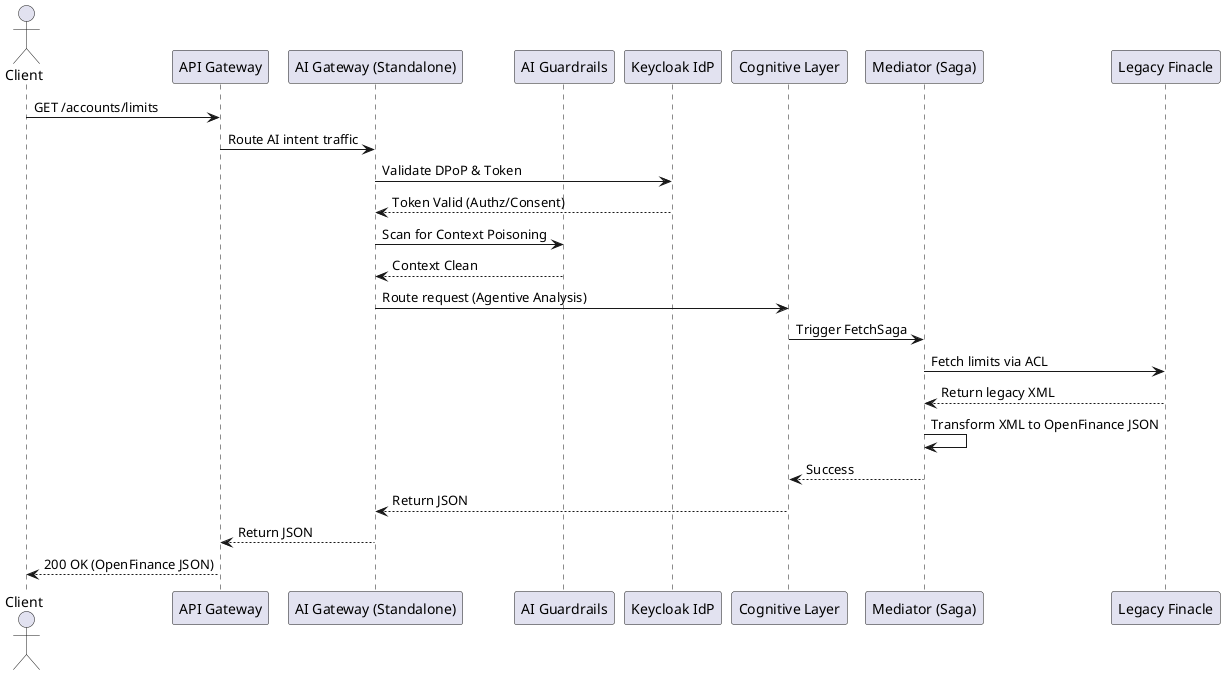
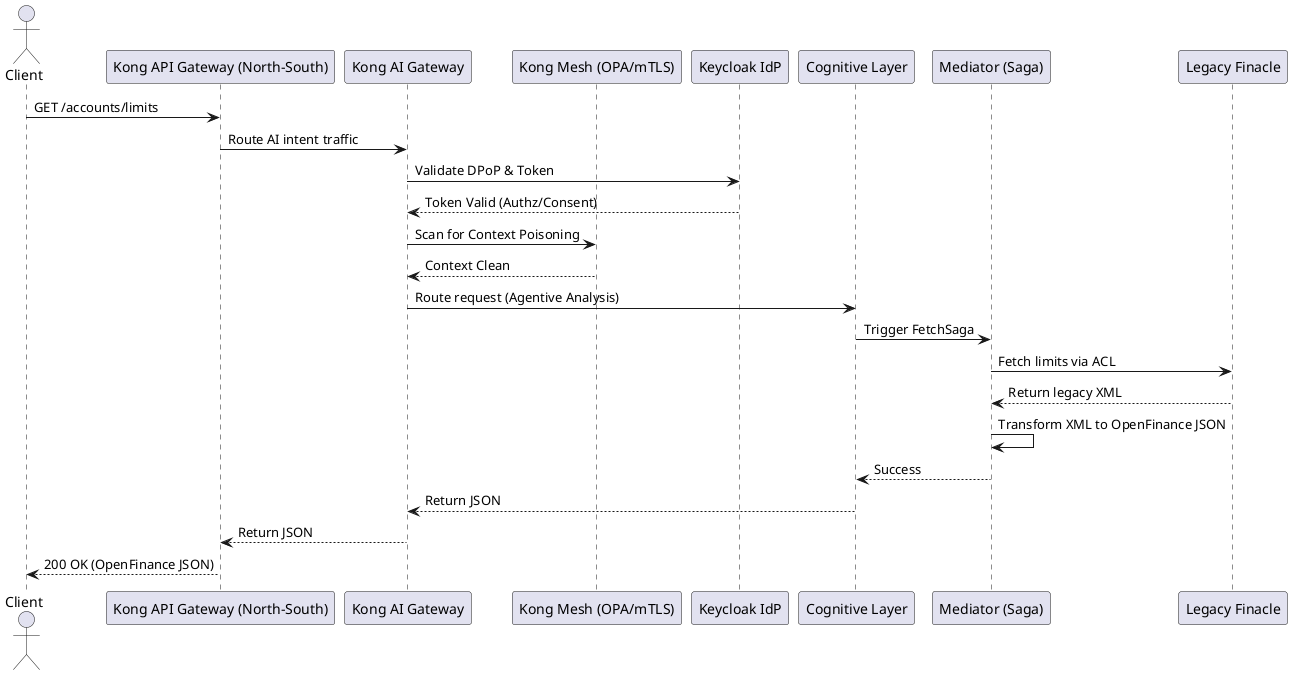
@startuml Sequence_Diagram
actor Client
- participant "API Gateway" as GW
- participant "AI Gateway (Standalone)" as AIGW
- participant "AI Guardrails" as SEC
+ participant "Kong API Gateway (North-South)" as GW
+ participant "Kong AI Gateway" as AIGW
+ participant "Kong Mesh (OPA/mTLS)" as SEC
participant "Keycloak IdP" as IDP
participant "Cognitive Layer" as COG
participant "Mediator (Saga)" as MED
participant "Legacy Finacle" as LEGACY

Client -> GW : GET /accounts/limits
GW -> AIGW : Route AI intent traffic
AIGW -> IDP : Validate DPoP & Token
IDP --> AIGW : Token Valid (Authz/Consent)
AIGW -> SEC : Scan for Context Poisoning
SEC --> AIGW : Context Clean
AIGW -> COG : Route request (Agentive Analysis)
COG -> MED : Trigger FetchSaga
MED -> LEGACY : Fetch limits via ACL
LEGACY --> MED : Return legacy XML
MED -> MED : Transform XML to OpenFinance JSON
MED --> COG : Success
COG --> AIGW : Return JSON
AIGW --> GW : Return JSON
GW --> Client : 200 OK (OpenFinance JSON)
@enduml
